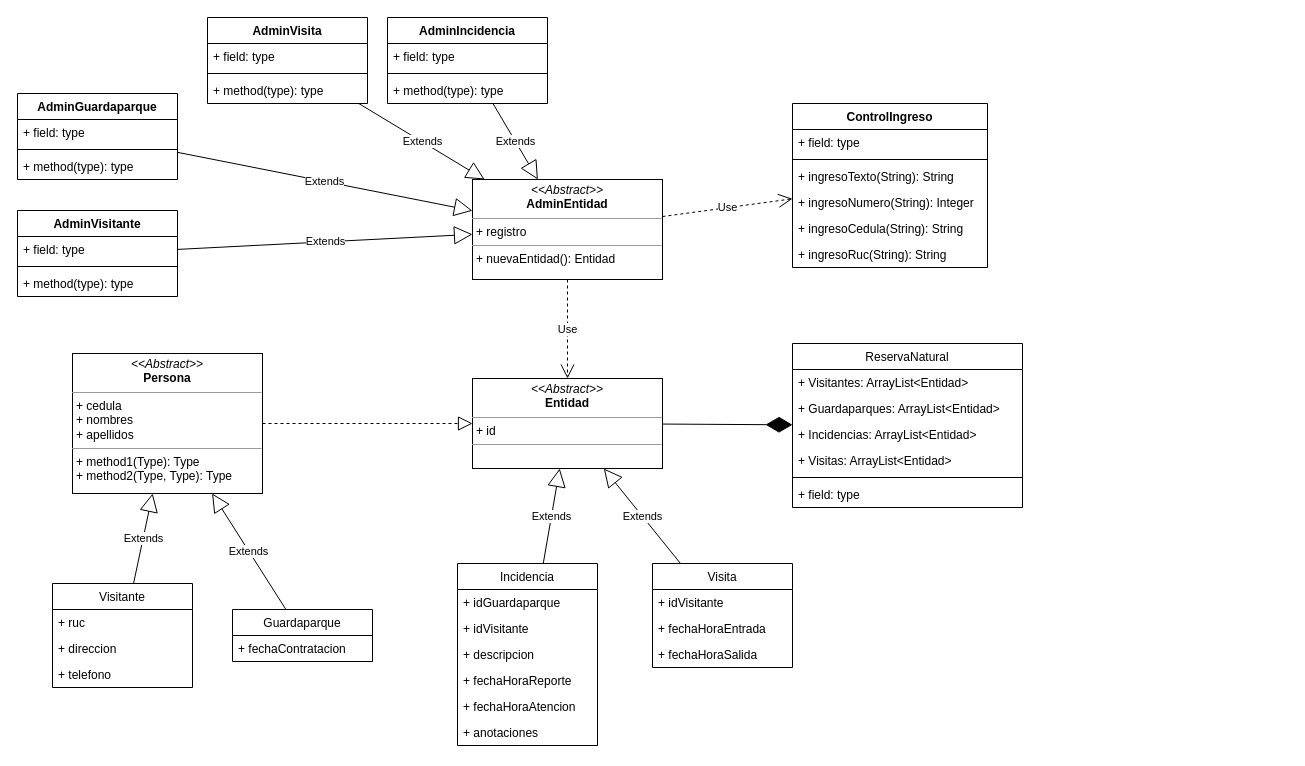
Before: page "Page-1" (1 of 2) of solucion.drawio in leninrkb/ReservaNatural, a draw.io diagram. Source tidied: cells renumbered, new cells numbered last; positions are measured from the earlier drawing's top-left corner, leaving out a move shared by most shapes. Both pictures are drawn from the tidied source at 100%, with x=0, y=0 at pixel (17, 17).
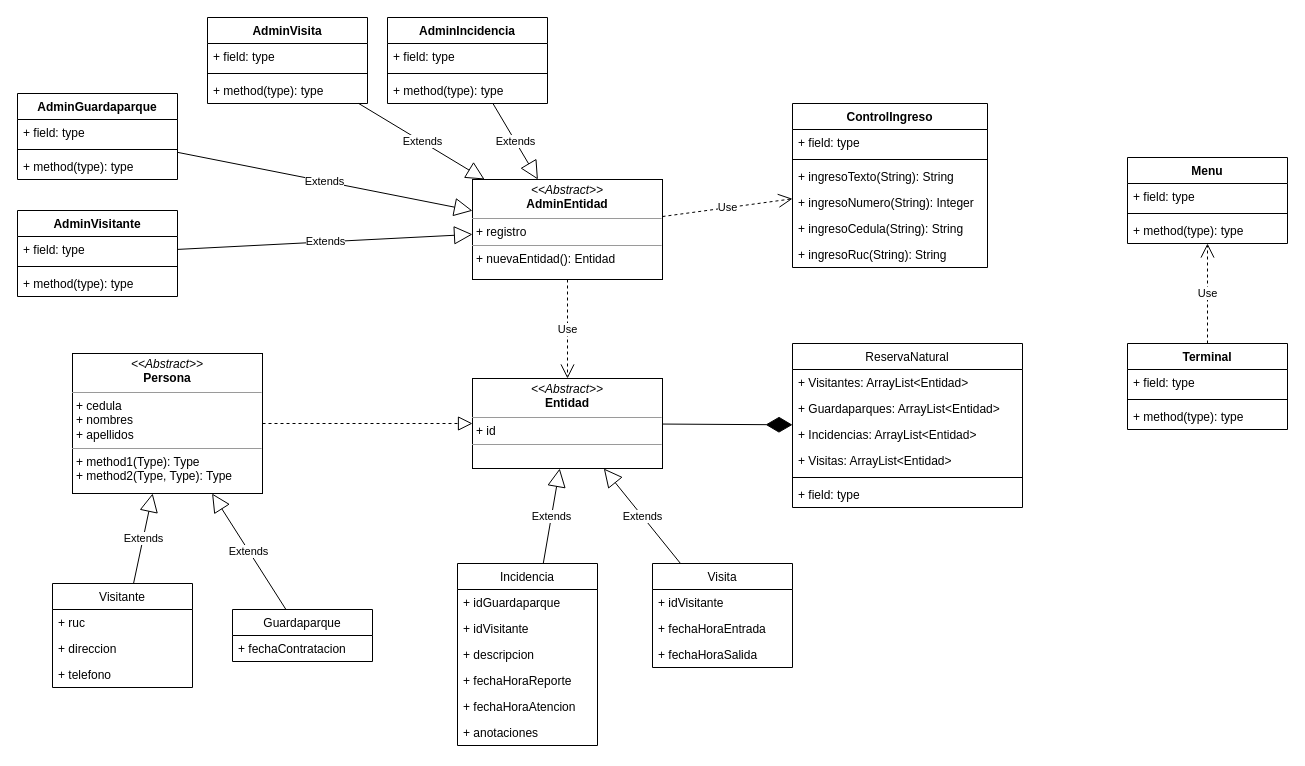
The same page after the edit.

What changed in the source:
```diff
@@
+    <mxCell id="64" value="Terminal" style="swimlane;fontStyle=1;align=center;verticalAlign=top;horizontal=1;startSize=26;" parent="1" vertex="1">
+      <mxGeometry x="1110" y="326" width="160" height="86" as="geometry" />
+    </mxCell>
+    <mxCell id="65" value="+ field: type" style="text;strokeColor=none;fillColor=none;align=left;verticalAlign=top;spacingLeft=4;spacingRight=4;overflow=hidden;" parent="64" vertex="1">
+      <mxGeometry y="26" width="160" height="26" as="geometry" />
+    </mxCell>
+    <mxCell id="66" style="line;strokeWidth=1;fillColor=none;align=left;verticalAlign=middle;spacingTop=-1;spacingLeft=3;spacingRight=3;labelPosition=right;strokeColor=inherit;" parent="64" vertex="1">
+      <mxGeometry y="52" width="160" height="8" as="geometry" />
+    </mxCell>
+    <mxCell id="67" value="+ method(type): type" style="text;strokeColor=none;fillColor=none;align=left;verticalAlign=top;spacingLeft=4;spacingRight=4;overflow=hidden;" parent="64" vertex="1">
+      <mxGeometry y="60" width="160" height="26" as="geometry" />
+    </mxCell>
+    <mxCell id="68" value="Menu" style="swimlane;fontStyle=1;align=center;verticalAlign=top;horizontal=1;startSize=26;" parent="1" vertex="1">
+      <mxGeometry x="1110" y="140" width="160" height="86" as="geometry" />
+    </mxCell>
+    <mxCell id="69" value="+ field: type" style="text;strokeColor=none;fillColor=none;align=left;verticalAlign=top;spacingLeft=4;spacingRight=4;overflow=hidden;" parent="68" vertex="1">
+      <mxGeometry y="26" width="160" height="26" as="geometry" />
+    </mxCell>
+    <mxCell id="70" style="line;strokeWidth=1;fillColor=none;align=left;verticalAlign=middle;spacingTop=-1;spacingLeft=3;spacingRight=3;labelPosition=right;strokeColor=inherit;" parent="68" vertex="1">
+      <mxGeometry y="52" width="160" height="8" as="geometry" />
+    </mxCell>
+    <mxCell id="71" value="+ method(type): type" style="text;strokeColor=none;fillColor=none;align=left;verticalAlign=top;spacingLeft=4;spacingRight=4;overflow=hidden;" parent="68" vertex="1">
+      <mxGeometry y="60" width="160" height="26" as="geometry" />
+    </mxCell>
+    <mxCell id="72" value="Use" style="endArrow=open;endSize=12;dashed=1;html=1;" parent="1" edge="1" source="64" target="68">
+      <mxGeometry relative="1" as="geometry" />
+    </mxCell>
```
